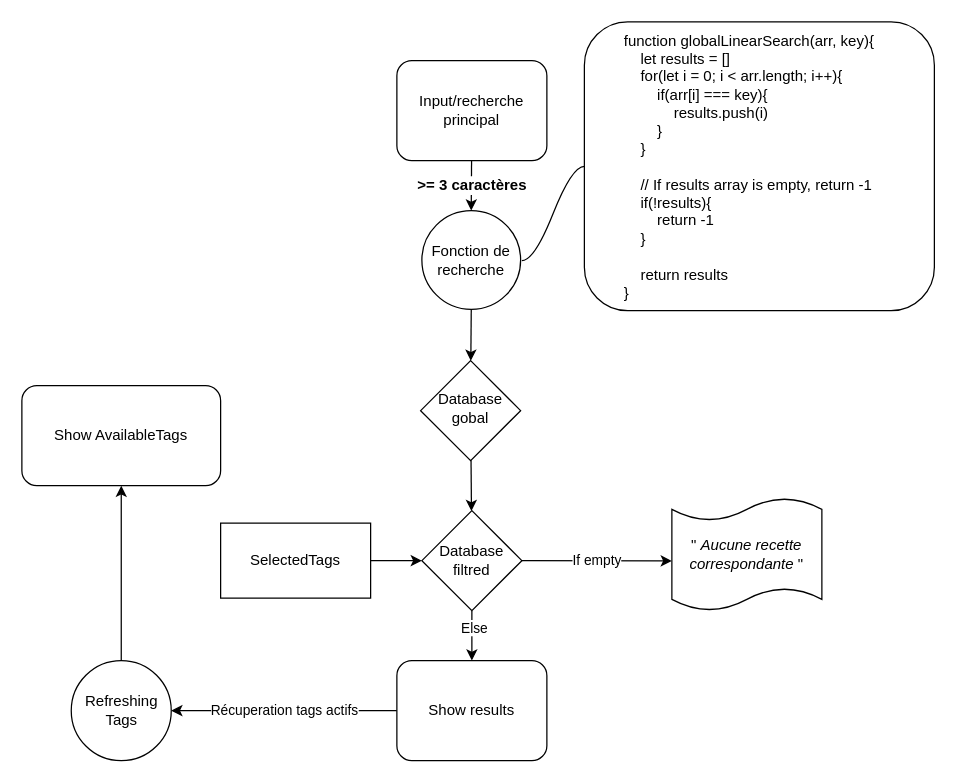
Before: page "Page-1" (1 of 2) of P7-P11-Search-Engin.drawio in Cadegan/P11-front-end-search-engine, a draw.io diagram. Source tidied: cells renumbered, new cells numbered last; positions are measured from the earlier drawing's top-left corner, leaving out a move shared by most shapes. Both pictures are drawn from the tidied source at 125%, with x=0, y=0 at pixel (21, 21).
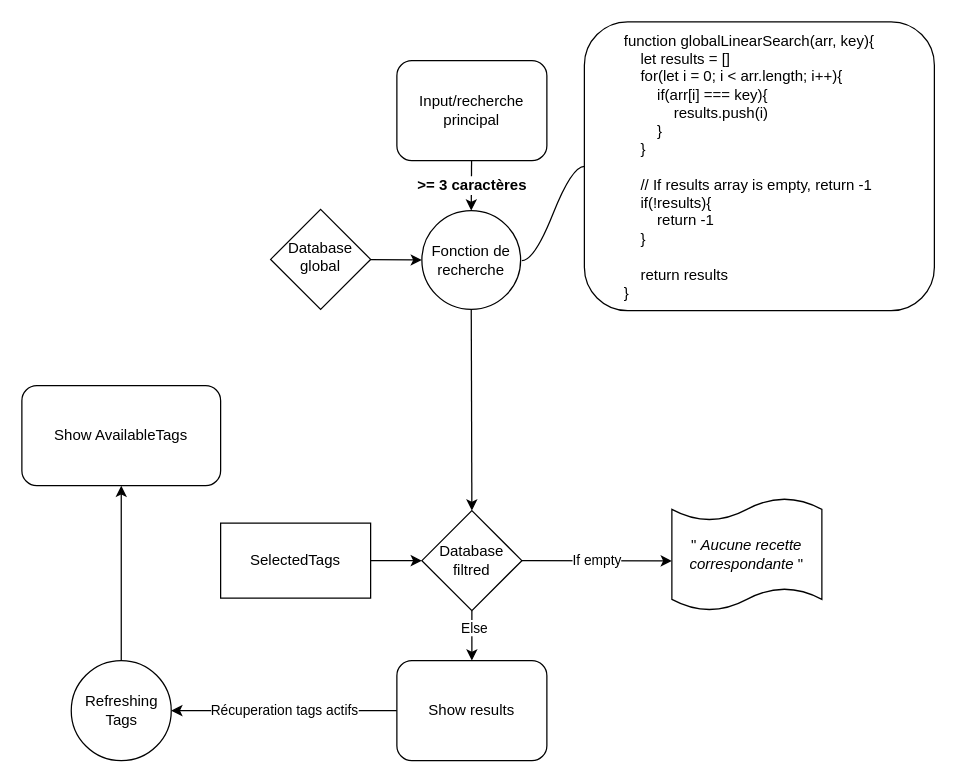
The same page after the edit.

Commit message:
Drawio correction Database global

The change refers to these unchanged cells:
```xml
<mxCell id="6" value="Fonction de recherche" style="ellipse;whiteSpace=wrap;html=1;" parent="1" vertex="1">
  <mxGeometry x="320" y="151" width="79" height="79" as="geometry" />
</mxCell>
<mxCell id="11" value="Database filtred" style="rhombus;whiteSpace=wrap;html=1;" parent="1" vertex="1">
  <mxGeometry x="320" y="391" width="80" height="80" as="geometry" />
</mxCell>
```

Diff of the diagram source:
```diff
@@
-    <mxCell id="4" style="edgeStyle=none;html=1;startArrow=none;" parent="1" edge="1" source="18" target="11">
+    <mxCell id="4" style="edgeStyle=none;html=1;startArrow=none;entryX=0;entryY=0.5;entryDx=0;entryDy=0;" parent="1" edge="1" source="18" target="6">
       <mxGeometry relative="1" as="geometry" />
     </mxCell>
-    <mxCell id="5" style="edgeStyle=none;html=1;" parent="1" edge="1" source="6" target="18">
+    <mxCell id="5" style="edgeStyle=none;html=1;entryX=0.5;entryY=0;entryDx=0;entryDy=0;" parent="1" edge="1" source="6" target="11">
       <mxGeometry relative="1" as="geometry" />
     </mxCell>
@@
-    <mxCell id="18" value="Database gobal" style="rhombus;whiteSpace=wrap;html=1;shadow=0;fontFamily=Helvetica;fontSize=12;align=center;strokeWidth=1;spacing=6;spacingTop=-4;" parent="1" vertex="1">
-      <mxGeometry x="319" y="271" width="80" height="80" as="geometry" />
+    <mxCell id="18" value="Database global" style="rhombus;whiteSpace=wrap;html=1;shadow=0;fontFamily=Helvetica;fontSize=12;align=center;strokeWidth=1;spacing=6;spacingTop=-4;" parent="1" vertex="1">
+      <mxGeometry x="199" y="150" width="80" height="80" as="geometry" />
     </mxCell>
```
